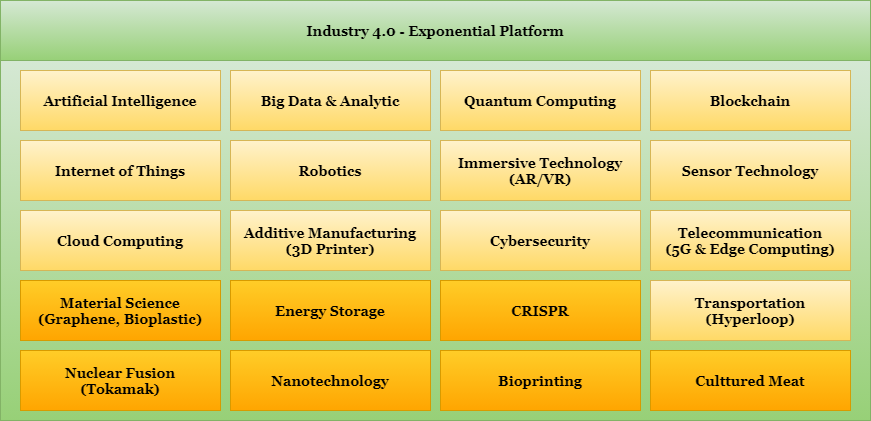
gungunfebrianza/Blockchain-Cryptocurrency-Industry-4.0 keeps this draw.io diagram as assets/eedetail.png. Above is the earlier version. Source tidied: cells renumbered, new cells last; positions are measured from the earlier drawing's top-left corner, leaving out a move shared by most shapes.
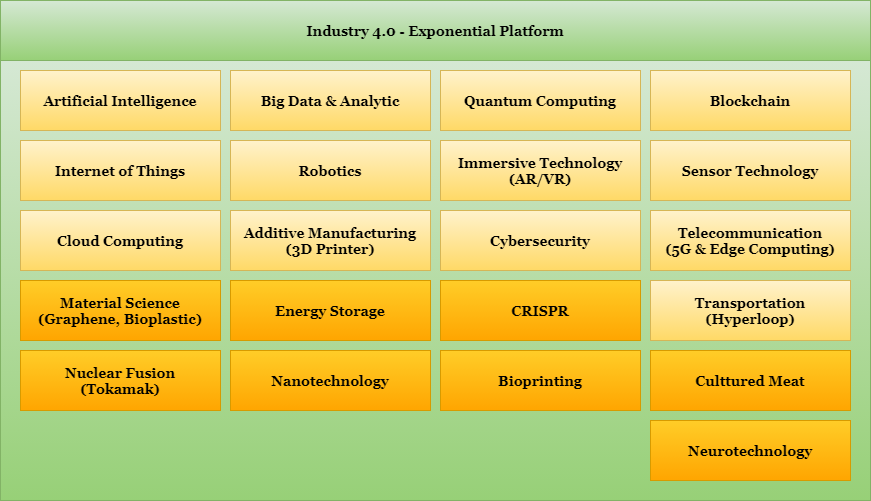
Later version of the same file.

Change to the diagram source:
```diff
@@ -6,7 +6,7 @@
       <mxGeometry width="870" height="60" as="geometry" />
     </mxCell>
     <mxCell id="3" style="rounded=0;whiteSpace=wrap;html=1;fillColor=#d5e8d4;strokeColor=#82b366;gradientColor=#97d077;" parent="1" vertex="1">
-      <mxGeometry y="60" width="870" height="360" as="geometry" />
+      <mxGeometry y="60" width="870" height="440" as="geometry" />
     </mxCell>
     <mxCell id="4" value="&lt;font style=&quot;font-size: 14px&quot; face=&quot;Georgia&quot;&gt;&lt;b&gt;Big Data &amp;amp; Analytic&lt;/b&gt;&lt;/font&gt;" style="rounded=0;whiteSpace=wrap;html=1;fillColor=#fff2cc;strokeColor=#d6b656;gradientColor=#ffd966;" parent="1" vertex="1">
       <mxGeometry x="230" y="70" width="200" height="60" as="geometry" />
@@ -68,5 +68,8 @@
     <mxCell id="23" value="&lt;font style=&quot;font-size: 14px&quot; face=&quot;Georgia&quot;&gt;&lt;b&gt;Transportation&lt;br&gt;(Hyperloop)&lt;br&gt;&lt;/b&gt;&lt;/font&gt;" style="rounded=0;whiteSpace=wrap;html=1;fillColor=#fff2cc;strokeColor=#d6b656;gradientColor=#ffd966;" parent="1" vertex="1">
       <mxGeometry x="650" y="280" width="200" height="60" as="geometry" />
     </mxCell>
+    <mxCell id="24" value="&lt;font style=&quot;font-size: 14px&quot; face=&quot;Georgia&quot;&gt;&lt;b&gt;Neurotechnology&lt;br&gt;&lt;/b&gt;&lt;/font&gt;" style="rounded=0;whiteSpace=wrap;html=1;fillColor=#ffcd28;strokeColor=#d79b00;gradientColor=#ffa500;" parent="1" vertex="1">
+      <mxGeometry x="650" y="420" width="200" height="60" as="geometry" />
+    </mxCell>
   </root>
 </mxGraphModel>
```
